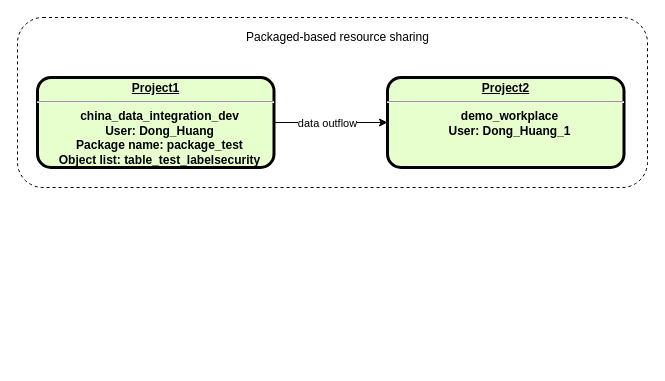
This is example.drawio from huangdgm/webstore-v2.0, a draw.io file, before an edit. Source tidied: cells renumbered, new cells numbered last; positions are measured from the earlier drawing's top-left corner, leaving out a move shared by most shapes. Both pictures are drawn from the tidied source at 100%, with x=0, y=0 at pixel (17, 17).
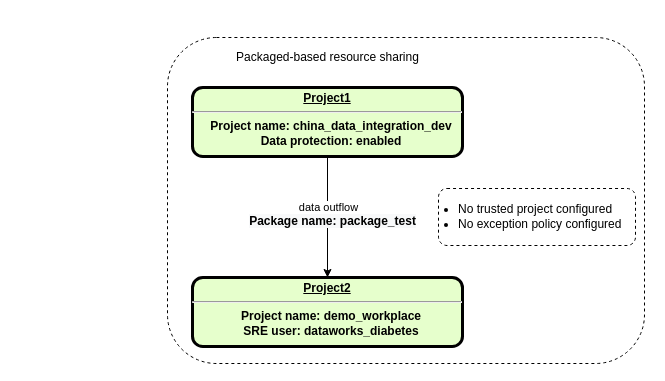
After the change.

Change to the diagram source:
```diff
@@
 <mxGraphModel background="#ffffff">
   <root>
     <mxCell id="0" />
     <mxCell id="1" parent="0" />
     <mxCell id="2" style="rounded=1;whiteSpace=wrap;html=1;dashed=1;" parent="1" vertex="1">
-      <mxGeometry width="630" height="170" as="geometry" />
+      <mxGeometry x="150" y="20" width="477" height="326" as="geometry" />
     </mxCell>
     <mxCell id="3" style="edgeStyle=orthogonalEdgeStyle;rounded=0;jettySize=auto;html=1;" parent="1" edge="1" source="5" target="6">
       <mxGeometry relative="1" as="geometry" />
     </mxCell>
-    <mxCell id="4" value="data outflow" style="edgeLabel;html=1;align=center;verticalAlign=middle;" parent="3" vertex="1">
+    <mxCell id="4" value="data outflow&lt;br&gt;&lt;p style=&quot;font-size: 12px ; font-weight: 700 ; background-color: rgb(248 , 249 , 250) ; margin: 0px 0px 0px 8px&quot;&gt;Package name: package_test&lt;/p&gt;" style="edgeLabel;html=1;align=center;verticalAlign=middle;" parent="3" vertex="1">
       <mxGeometry x="-0.31" y="1" relative="1" as="geometry">
-        <mxPoint x="14.3" y="1" as="offset" />
+        <mxPoint x="-1" y="15" as="offset" />
       </mxGeometry>
     </mxCell>
-    <mxCell id="5" value="&lt;p style=&quot;margin: 0px ; margin-top: 4px ; text-align: center ; text-decoration: underline&quot;&gt;&lt;strong&gt;Project1&lt;/strong&gt;&lt;/p&gt;&lt;hr&gt;&lt;p style=&quot;margin: 0px ; margin-left: 8px&quot;&gt;china_data_integration_dev&lt;/p&gt;&lt;p style=&quot;margin: 0px ; margin-left: 8px&quot;&gt;User: Dong_Huang&lt;/p&gt;&lt;p style=&quot;margin: 0px ; margin-left: 8px&quot;&gt;Package name: package_test&lt;/p&gt;&lt;p style=&quot;margin: 0px ; margin-left: 8px&quot;&gt;Object list: table_test_labelsecurity&lt;/p&gt;" style="verticalAlign=middle;align=center;overflow=fill;fontSize=12;fontFamily=Helvetica;html=1;rounded=1;fontStyle=1;strokeWidth=3;fillColor=#E6FFCC;" parent="1" vertex="1">
-      <mxGeometry x="20" y="60" width="236.5" height="90" as="geometry" />
+    <mxCell id="5" value="&lt;p style=&quot;margin: 0px ; margin-top: 4px ; text-align: center ; text-decoration: underline&quot;&gt;&lt;strong&gt;Project1&lt;/strong&gt;&lt;/p&gt;&lt;hr&gt;&lt;p style=&quot;margin: 0px ; margin-left: 8px&quot;&gt;Project name: china_data_integration_dev&lt;/p&gt;&lt;p style=&quot;margin: 0px ; margin-left: 8px&quot;&gt;&lt;span&gt;Data protection: enabled&lt;/span&gt;&lt;br&gt;&lt;/p&gt;" style="verticalAlign=middle;align=center;overflow=fill;fontSize=12;fontFamily=Helvetica;html=1;rounded=1;fontStyle=1;strokeWidth=3;fillColor=#E6FFCC;" parent="1" vertex="1">
+      <mxGeometry x="175" y="70" width="270" height="69" as="geometry" />
     </mxCell>
-    <mxCell id="6" value="&lt;p style=&quot;margin: 0px ; margin-top: 4px ; text-align: center ; text-decoration: underline&quot;&gt;&lt;strong&gt;Project2&lt;/strong&gt;&lt;/p&gt;&lt;hr&gt;&lt;p style=&quot;margin: 0px ; margin-left: 8px&quot;&gt;demo_workplace&lt;/p&gt;&lt;p style=&quot;margin: 0px ; margin-left: 8px&quot;&gt;User: Dong_Huang_1&lt;/p&gt;" style="verticalAlign=middle;align=center;overflow=fill;fontSize=12;fontFamily=Helvetica;html=1;rounded=1;fontStyle=1;strokeWidth=3;fillColor=#E6FFCC;" parent="1" vertex="1">
-      <mxGeometry x="370" y="60" width="236.5" height="90" as="geometry" />
+    <mxCell id="6" value="&lt;p style=&quot;margin: 0px ; margin-top: 4px ; text-align: center ; text-decoration: underline&quot;&gt;&lt;strong&gt;Project2&lt;/strong&gt;&lt;/p&gt;&lt;hr&gt;&lt;p style=&quot;margin: 0px ; margin-left: 8px&quot;&gt;Project name: demo_workplace&lt;/p&gt;&lt;p style=&quot;margin: 0px ; margin-left: 8px&quot;&gt;&lt;span&gt;SRE user: dataworks_diabetes&lt;/span&gt;&lt;br&gt;&lt;/p&gt;" style="verticalAlign=middle;align=center;overflow=fill;fontSize=12;fontFamily=Helvetica;html=1;rounded=1;fontStyle=1;strokeWidth=3;fillColor=#E6FFCC;" parent="1" vertex="1">
+      <mxGeometry x="175" y="260" width="270" height="69" as="geometry" />
     </mxCell>
     <mxCell id="7" value="Packaged-based resource sharing" style="text;html=1;align=center;verticalAlign=middle;" parent="1" vertex="1">
-      <mxGeometry x="220" y="10" width="200" height="20" as="geometry" />
+      <mxGeometry x="210" y="30" width="200" height="20" as="geometry" />
     </mxCell>
+    <mxCell id="8" style="rounded=1;whiteSpace=wrap;html=1;dashed=1;" parent="1" vertex="1">
+      <mxGeometry x="421" y="171" width="197" height="57" as="geometry" />
+    </mxCell>
+    <mxCell id="9" value="&lt;ul&gt;&lt;li&gt;No trusted project configured&lt;/li&gt;&lt;li&gt;No exception policy configured&lt;/li&gt;&lt;/ul&gt;" style="text;html=1;align=left;verticalAlign=middle;" parent="1" vertex="1">
+      <mxGeometry x="399" y="171" width="213" height="56" as="geometry" />
+    </mxCell>
   </root>
 </mxGraphModel>
```
